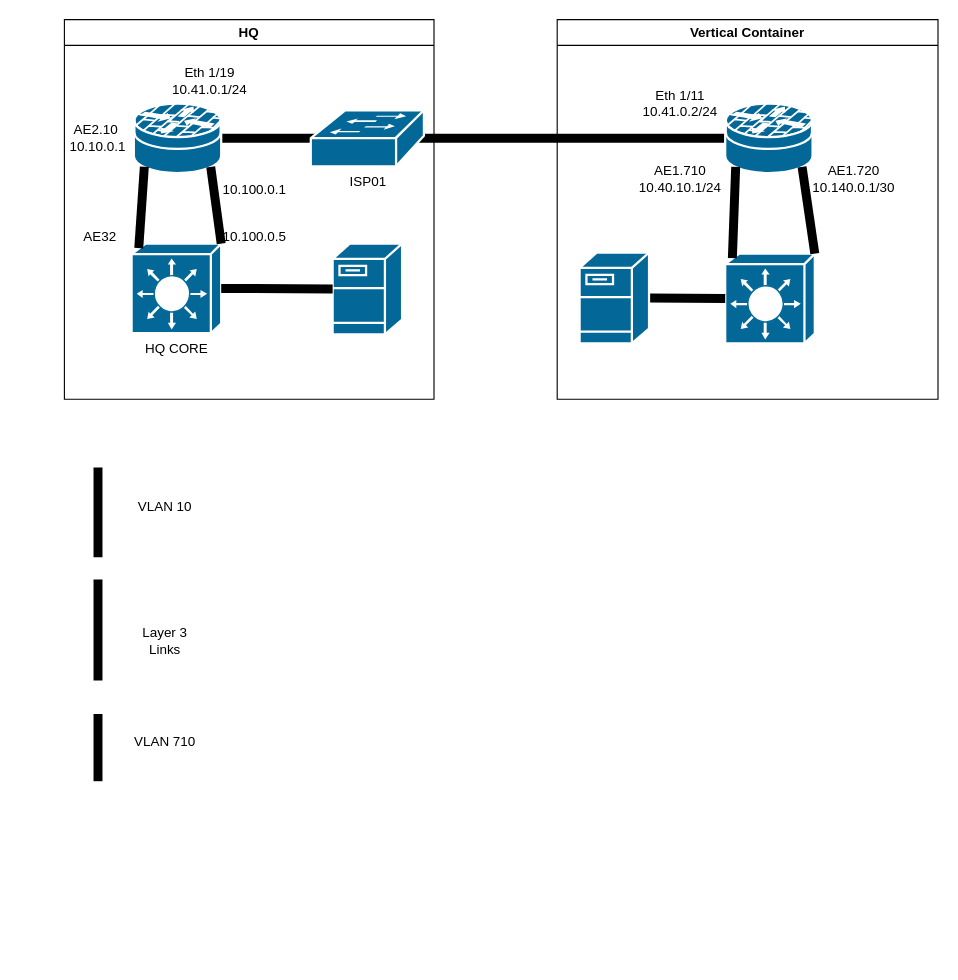
Above: page "Current" (1 of 2) of DR_L2_L3.drawio in adamrt918/Diagram (draw.io), before the change. Source tidied: cells renumbered, new cells numbered last; positions are measured from the earlier drawing's top-left corner, leaving out a move shared by most shapes. Both pictures are drawn from the tidied source at 112%, with x=0, y=0 at pixel (53, 19).
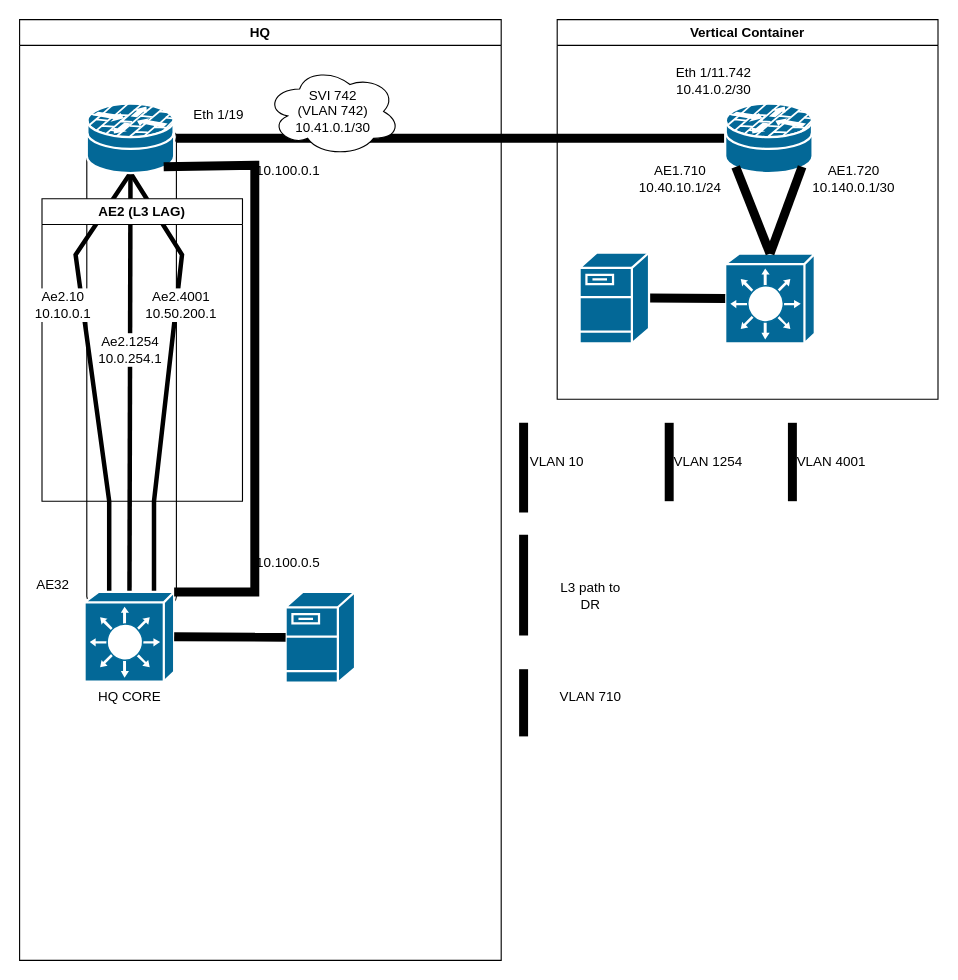
After the change.

Unchanged cells that the change refers to:
```xml
<mxCell id="3" style="shape=mxgraph.cisco.security.router_firewall;sketch=0;html=1;dashed=0;fillColor=#036897;strokeColor=#ffffff;strokeWidth=2;verticalLabelPosition=bottom;verticalAlign=top;align=center;outlineConnect=0;" parent="1" vertex="1">
  <mxGeometry x="600" y="75" width="78" height="62" as="geometry" />
</mxCell>
<mxCell id="22" value="Vertical Container" style="swimlane;whiteSpace=wrap;html=1;" parent="1" vertex="1">
  <mxGeometry x="450" width="340" height="339" as="geometry" />
</mxCell>
<mxCell id="23" style="shape=mxgraph.cisco.switches.layer_3_switch;sketch=0;html=1;dashed=0;fillColor=#036897;strokeColor=#ffffff;strokeWidth=2;verticalLabelPosition=bottom;verticalAlign=top;align=center;outlineConnect=0;" parent="22" vertex="1">
  <mxGeometry x="150" y="209" width="80" height="80" as="geometry" />
</mxCell>
```

Change to the diagram source:
```diff
@@
-    <mxCell id="2" style="endArrow=none;html=1;rounded=0;entryX=1;entryY=0.5;entryDx=0;entryDy=0;exitX=0;exitY=0.5;exitDx=0;exitDy=0;exitPerimeter=0;entryPerimeter=0;strokeColor=light-dark(#000000,#6666FF);strokeWidth=8;" parent="1" edge="1" source="3" target="6">
+    <mxCell id="2" style="endArrow=none;html=1;rounded=0;exitX=0;exitY=0.5;exitDx=0;exitDy=0;exitPerimeter=0;strokeColor=light-dark(#000000,#6666FF);strokeWidth=8;entryX=1;entryY=0.5;entryDx=0;entryDy=0;entryPerimeter=0;" parent="1" edge="1" source="3" target="6">
       <mxGeometry relative="1" as="geometry" />
     </mxCell>
@@
     <mxCell id="4" value="HQ" style="swimlane;whiteSpace=wrap;html=1;" parent="1" vertex="1">
-      <mxGeometry x="10" width="330" height="339" as="geometry" />
+      <mxGeometry x="-30" width="430" height="840" as="geometry" />
     </mxCell>
-    <mxCell id="5" value="ISP01" style="shape=mxgraph.cisco.switches.workgroup_switch;sketch=0;html=1;dashed=0;fillColor=#036897;strokeColor=#ffffff;strokeWidth=2;verticalLabelPosition=bottom;verticalAlign=top;align=center;" parent="4" vertex="1">
-      <mxGeometry x="220" y="81" width="101" height="50" as="geometry" />
-    </mxCell>
+    <mxCell id="32" style="shape=cylinder3;whiteSpace=wrap;html=1;boundedLbl=1;backgroundOutline=1;size=15;" parent="4" vertex="1">
+      <mxGeometry x="60" y="90" width="80" height="440" as="geometry" />
+    </mxCell>
+    <mxCell id="33" style="endArrow=none;html=1;rounded=0;entryX=0.5;entryY=1;entryDx=0;entryDy=0;exitX=0.275;exitY=0.238;exitDx=0;exitDy=0;exitPerimeter=0;strokeColor=light-dark(#000000,#FFB366);strokeWidth=4;entryPerimeter=0;" parent="4" edge="1" source="7" target="6">
+      <mxGeometry relative="1" as="geometry">
+        <Array as="points">
+          <mxPoint x="80" y="430" />
+          <mxPoint x="50" y="210" />
+        </Array>
+      </mxGeometry>
+    </mxCell>
+    <mxCell id="34" style="endArrow=none;html=1;rounded=0;strokeWidth=4;strokeColor=light-dark(#000000,#00FFFF);entryX=0.5;entryY=1;entryDx=0;entryDy=0;entryPerimeter=0;" parent="4" edge="1" source="7" target="6">
+      <mxGeometry relative="1" as="geometry" />
+    </mxCell>
+    <mxCell id="35" style="endArrow=none;html=1;rounded=0;strokeWidth=4;strokeColor=light-dark(#000000,#00CC66);exitX=0.5;exitY=1;exitDx=0;exitDy=0;exitPerimeter=0;" parent="4" edge="1" source="6">
+      <mxGeometry relative="1" as="geometry">
+        <mxPoint x="120" y="590" as="targetPoint" />
+        <Array as="points">
+          <mxPoint x="145" y="210" />
+          <mxPoint x="120" y="430" />
+          <mxPoint x="120" y="510" />
+        </Array>
+      </mxGeometry>
+    </mxCell>
     <mxCell id="6" style="shape=mxgraph.cisco.security.router_firewall;sketch=0;html=1;dashed=0;fillColor=#036897;strokeColor=#ffffff;strokeWidth=2;verticalLabelPosition=bottom;verticalAlign=top;align=center;outlineConnect=0;" parent="4" vertex="1">
-      <mxGeometry x="62" y="75" width="78" height="62" as="geometry" />
+      <mxGeometry x="60" y="75" width="78" height="62" as="geometry" />
     </mxCell>
     <mxCell id="7" value="HQ CORE&lt;div&gt;&lt;br&gt;&lt;/div&gt;" style="shape=mxgraph.cisco.switches.layer_3_switch;sketch=0;html=1;dashed=0;fillColor=#036897;strokeColor=#ffffff;strokeWidth=2;verticalLabelPosition=bottom;verticalAlign=top;align=center;outlineConnect=0;" parent="4" vertex="1">
-      <mxGeometry x="60" y="200" width="80" height="80" as="geometry" />
+      <mxGeometry x="58" y="511" width="80" height="80" as="geometry" />
     </mxCell>
-    <mxCell id="8" style="endArrow=none;html=1;rounded=0;entryX=0.88;entryY=0.91;entryDx=0;entryDy=0;exitX=1;exitY=0;exitDx=0;exitDy=0;exitPerimeter=0;entryPerimeter=0;strokeColor=light-dark(#000000,#6666FF);strokeWidth=8;" parent="4" edge="1" source="7" target="6">
-      <mxGeometry relative="1" as="geometry" />
-    </mxCell>
     <mxCell id="9" value="10.100.0.5" style="text;html=1;align=center;verticalAlign=middle;whiteSpace=wrap;rounded=0;" parent="4" vertex="1">
-      <mxGeometry x="140" y="179" width="60" height="30" as="geometry" />
+      <mxGeometry x="210" y="470" width="60" height="30" as="geometry" />
     </mxCell>
     <mxCell id="10" value="10.100.0.1" style="text;html=1;align=center;verticalAlign=middle;whiteSpace=wrap;rounded=0;" parent="4" vertex="1">
-      <mxGeometry x="140" y="137" width="60" height="30" as="geometry" />
+      <mxGeometry x="210" y="120" width="60" height="30" as="geometry" />
     </mxCell>
-    <mxCell id="11" style="endArrow=none;html=1;rounded=0;entryX=0.12;entryY=0.91;entryDx=0;entryDy=0;exitX=0.08;exitY=0.05;exitDx=0;exitDy=0;exitPerimeter=0;entryPerimeter=0;strokeColor=light-dark(#000000,#FFB366);strokeWidth=8;" parent="4" edge="1" source="7" target="6">
-      <mxGeometry relative="1" as="geometry" />
-    </mxCell>
-    <mxCell id="12" value="AE2.10&amp;nbsp;&lt;div&gt;10.10.0.1&lt;/div&gt;" style="text;html=1;align=center;verticalAlign=middle;whiteSpace=wrap;rounded=0;" parent="4" vertex="1">
-      <mxGeometry x="-10" y="81" width="80" height="50" as="geometry" />
-    </mxCell>
-    <mxCell id="13" value="Eth 1/19&lt;div&gt;10.41.0.1/24&lt;/div&gt;" style="text;html=1;align=center;verticalAlign=middle;whiteSpace=wrap;rounded=0;" parent="4" vertex="1">
-      <mxGeometry x="90" y="40" width="80" height="30" as="geometry" />
+    <mxCell id="13" value="Eth 1/19" style="text;html=1;align=center;verticalAlign=middle;whiteSpace=wrap;rounded=0;" parent="4" vertex="1">
+      <mxGeometry x="138" y="75" width="80" height="20" as="geometry" />
     </mxCell>
     <mxCell id="14" value="AE32" style="text;html=1;align=center;verticalAlign=middle;whiteSpace=wrap;rounded=0;" parent="4" vertex="1">
-      <mxGeometry x="2" y="179" width="60" height="30" as="geometry" />
+      <mxGeometry y="490" width="60" height="30" as="geometry" />
     </mxCell>
     <mxCell id="15" style="shape=mxgraph.cisco.servers.fileserver;sketch=0;html=1;dashed=0;fillColor=#036897;strokeColor=#ffffff;strokeWidth=2;verticalLabelPosition=bottom;verticalAlign=top;align=center;outlineConnect=0;" parent="4" vertex="1">
-      <mxGeometry x="239.5" y="200" width="62" height="81" as="geometry" />
+      <mxGeometry x="237.5" y="511" width="62" height="81" as="geometry" />
     </mxCell>
@@
+    <mxCell id="36" value="AE2 (L3 LAG)" style="swimlane;whiteSpace=wrap;html=1;startSize=23;" parent="4" vertex="1">
+      <mxGeometry x="20" y="160" width="179" height="270" as="geometry" />
+    </mxCell>
+    <mxCell id="37" value="Ae2.1254&lt;div&gt;10.0.254.1&lt;/div&gt;" style="text;html=1;align=center;verticalAlign=middle;whiteSpace=wrap;rounded=0;fillColor=default;fillStyle=solid;" parent="36" vertex="1">
+      <mxGeometry x="49" y="120" width="60" height="30" as="geometry" />
+    </mxCell>
+    <mxCell id="38" value="Ae2.10&lt;div&gt;10.10.0.1&lt;/div&gt;" style="text;html=1;align=center;verticalAlign=middle;whiteSpace=wrap;rounded=0;fillColor=default;fillStyle=solid;" parent="36" vertex="1">
+      <mxGeometry x="-11" y="80" width="60" height="30" as="geometry" />
+    </mxCell>
+    <mxCell id="39" value="Ae2.4001&lt;div&gt;10.50.200.1&lt;/div&gt;" style="text;html=1;align=center;verticalAlign=middle;whiteSpace=wrap;rounded=0;fillColor=default;fillStyle=solid;" parent="36" vertex="1">
+      <mxGeometry x="89" y="80" width="71" height="30" as="geometry" />
+    </mxCell>
+    <mxCell id="40" style="endArrow=none;html=1;rounded=0;entryX=1;entryY=0;entryDx=0;entryDy=0;entryPerimeter=0;strokeColor=light-dark(#000000,#6666FF);strokeWidth=8;exitX=0.88;exitY=0.91;exitDx=0;exitDy=0;exitPerimeter=0;" parent="4" edge="1" source="6" target="7">
+      <mxGeometry relative="1" as="geometry">
+        <Array as="points">
+          <mxPoint x="210" y="130" />
+          <mxPoint x="210" y="511" />
+        </Array>
+      </mxGeometry>
+    </mxCell>
+    <mxCell id="41" value="SVI 742&lt;div&gt;(VLAN 742)&lt;/div&gt;&lt;div&gt;10.41.0.1/30&lt;/div&gt;" style="ellipse;shape=cloud;whiteSpace=wrap;html=1;" parent="4" vertex="1">
+      <mxGeometry x="220" y="42" width="120" height="80" as="geometry" />
+    </mxCell>
     <mxCell id="17" style="endArrow=none;html=1;rounded=0;entryX=0.12;entryY=0.91;entryDx=0;entryDy=0;entryPerimeter=0;strokeColor=light-dark(#000000,#FFB366);strokeWidth=8;" parent="1" edge="1">
       <mxGeometry relative="1" as="geometry">
-        <mxPoint x="40" y="480" as="sourcePoint" />
-        <mxPoint x="40" y="400" as="targetPoint" />
+        <mxPoint x="420" y="440" as="sourcePoint" />
+        <mxPoint x="420" y="360" as="targetPoint" />
       </mxGeometry>
     </mxCell>
     <mxCell id="18" value="VLAN 10" style="text;html=1;align=center;verticalAlign=middle;whiteSpace=wrap;rounded=0;" parent="1" vertex="1">
-      <mxGeometry x="70" y="420" width="60" height="30" as="geometry" />
+      <mxGeometry x="420" y="380" width="60" height="30" as="geometry" />
     </mxCell>
     <mxCell id="19" style="endArrow=none;html=1;rounded=0;strokeColor=light-dark(#000000,#6666FF);strokeWidth=8;" parent="1" edge="1">
       <mxGeometry relative="1" as="geometry">
-        <mxPoint x="40" y="590" as="sourcePoint" />
-        <mxPoint x="40" y="500" as="targetPoint" />
+        <mxPoint x="420" y="550" as="sourcePoint" />
+        <mxPoint x="420" y="460" as="targetPoint" />
       </mxGeometry>
     </mxCell>
-    <mxCell id="20" value="Layer 3 Links" style="text;html=1;align=center;verticalAlign=middle;whiteSpace=wrap;rounded=0;" parent="1" vertex="1">
-      <mxGeometry x="70" y="540" width="60" height="30" as="geometry" />
+    <mxCell id="20" value="L3 path to DR" style="text;html=1;align=center;verticalAlign=middle;whiteSpace=wrap;rounded=0;" parent="1" vertex="1">
+      <mxGeometry x="450" y="500" width="60" height="30" as="geometry" />
     </mxCell>
-    <mxCell id="21" value="Eth 1/11&lt;div&gt;10.41.0.2/24&lt;/div&gt;" style="text;html=1;align=center;verticalAlign=middle;whiteSpace=wrap;rounded=0;" parent="1" vertex="1">
-      <mxGeometry x="520" y="50" width="80" height="50" as="geometry" />
-    </mxCell>
@@
+    <mxCell id="21" value="Eth 1/11.742&lt;div&gt;10.41.0.2/30&lt;/div&gt;" style="text;html=1;align=center;verticalAlign=middle;whiteSpace=wrap;rounded=0;" parent="22" vertex="1">
+      <mxGeometry x="100" y="30" width="80" height="50" as="geometry" />
+    </mxCell>
     <mxCell id="28" style="endArrow=none;html=1;rounded=0;exitX=1;exitY=0.5;exitDx=0;exitDy=0;exitPerimeter=0;strokeColor=light-dark(#000000,#CC0000);strokeWidth=8;" parent="1" edge="1">
       <mxGeometry relative="1" as="geometry">
-        <mxPoint x="40" y="620" as="sourcePoint" />
-        <mxPoint x="40" y="680" as="targetPoint" />
+        <mxPoint x="420" y="580" as="sourcePoint" />
+        <mxPoint x="420" y="640" as="targetPoint" />
       </mxGeometry>
     </mxCell>
     <mxCell id="29" value="VLAN 710" style="text;html=1;align=center;verticalAlign=middle;whiteSpace=wrap;rounded=0;" parent="1" vertex="1">
-      <mxGeometry x="70" y="630" width="60" height="30" as="geometry" />
+      <mxGeometry x="450" y="590" width="60" height="30" as="geometry" />
     </mxCell>
-    <mxCell id="30" style="endArrow=none;html=1;rounded=0;exitX=0.12;exitY=0.91;exitDx=0;exitDy=0;exitPerimeter=0;strokeColor=light-dark(#000000,#CC0000);strokeWidth=8;entryX=0.08;entryY=0.05;entryDx=0;entryDy=0;entryPerimeter=0;" parent="1" edge="1" source="3" target="23">
+    <mxCell id="30" style="endArrow=none;html=1;rounded=0;exitX=0.12;exitY=0.91;exitDx=0;exitDy=0;exitPerimeter=0;strokeColor=light-dark(#000000,#CC0000);strokeWidth=8;entryX=0.5;entryY=0;entryDx=0;entryDy=0;entryPerimeter=0;" parent="1" edge="1" source="3" target="23">
       <mxGeometry relative="1" as="geometry" />
     </mxCell>
-    <mxCell id="31" style="endArrow=none;html=1;rounded=0;strokeColor=light-dark(#000000,#6666FF);strokeWidth=8;entryX=0.88;entryY=0.91;entryDx=0;entryDy=0;entryPerimeter=0;exitX=1;exitY=0;exitDx=0;exitDy=0;exitPerimeter=0;" parent="1" edge="1" source="23" target="3">
+    <mxCell id="31" style="endArrow=none;html=1;rounded=0;strokeColor=light-dark(#000000,#6666FF);strokeWidth=8;entryX=0.88;entryY=0.91;entryDx=0;entryDy=0;entryPerimeter=0;exitX=0.5;exitY=0;exitDx=0;exitDy=0;exitPerimeter=0;" parent="1" edge="1" source="23" target="3">
       <mxGeometry relative="1" as="geometry" />
     </mxCell>
+    <mxCell id="42" style="endArrow=none;html=1;rounded=0;entryX=0.5;entryY=1;entryDx=0;entryDy=0;entryPerimeter=0;strokeWidth=8;strokeColor=light-dark(#000000,#00FFFF);" parent="1" edge="1">
+      <mxGeometry relative="1" as="geometry">
+        <mxPoint x="550" y="430" as="sourcePoint" />
+        <mxPoint x="550" y="360" as="targetPoint" />
+      </mxGeometry>
+    </mxCell>
+    <mxCell id="43" value="VLAN 1254" style="text;html=1;align=center;verticalAlign=middle;whiteSpace=wrap;rounded=0;" parent="1" vertex="1">
+      <mxGeometry x="550" y="380" width="70" height="30" as="geometry" />
+    </mxCell>
+    <mxCell id="44" style="endArrow=none;html=1;rounded=0;entryX=0.5;entryY=1;entryDx=0;entryDy=0;entryPerimeter=0;strokeWidth=8;strokeColor=light-dark(#000000,#00CC66);" parent="1" edge="1">
+      <mxGeometry relative="1" as="geometry">
+        <mxPoint x="660" y="430" as="sourcePoint" />
+        <mxPoint x="660" y="360" as="targetPoint" />
+      </mxGeometry>
+    </mxCell>
+    <mxCell id="45" value="VLAN 4001" style="text;html=1;align=center;verticalAlign=middle;whiteSpace=wrap;rounded=0;" parent="1" vertex="1">
+      <mxGeometry x="660" y="380" width="70" height="30" as="geometry" />
+    </mxCell>
```
